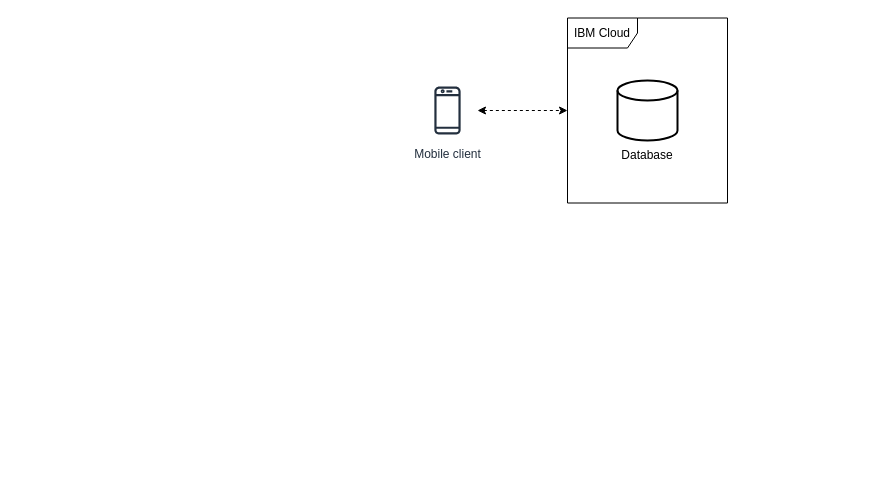
The draw.io diagram docs/assets/architecture.drawio in sky-write/sky-write.github.io, before the edit. Source tidied: cells renumbered, new cells numbered last; positions are measured from the earlier drawing's top-left corner, leaving out a move shared by most shapes. Both pictures are drawn from the tidied source at 100%, with x=0, y=0 at pixel (417, 18).
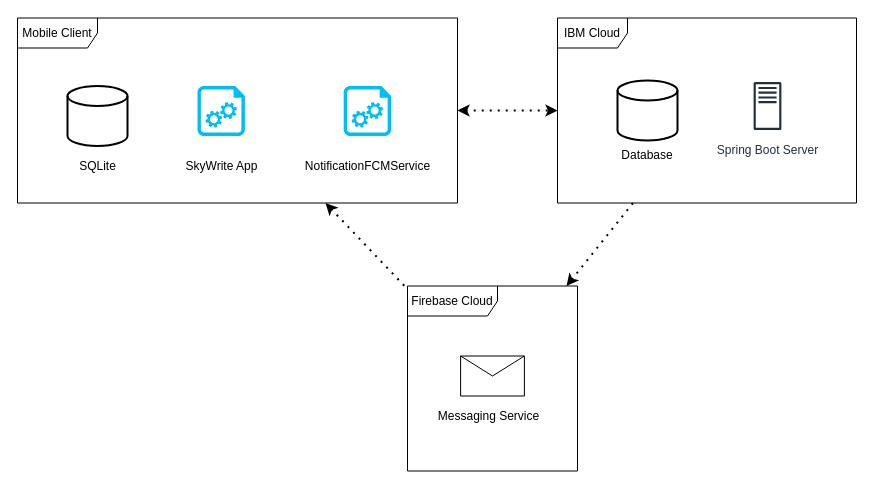
Above is the later version.

Commit message (it also covers changes not shown here):
updated architecture diagram

The edit, as a diff of the source:
```diff
@@
 <mxGraphModel>
   <root>
     <mxCell id="0" />
     <mxCell id="1" parent="0" />
+    <mxCell id="5" value="IBM Cloud" style="shape=umlFrame;whiteSpace=wrap;html=1;width=70;height=30;" parent="1" vertex="1">
+      <mxGeometry x="140" y="-0.5" width="299" height="185" as="geometry" />
+    </mxCell>
     <mxCell id="2" style="strokeWidth=2;html=1;shape=mxgraph.flowchart.database;whiteSpace=wrap;" parent="1" vertex="1">
       <mxGeometry x="200" y="62" width="60" height="60" as="geometry" />
     </mxCell>
-    <mxCell id="3" value="Mobile client" style="sketch=0;outlineConnect=0;fontColor=#232F3E;gradientColor=none;strokeColor=#232F3E;fillColor=#ffffff;dashed=0;verticalLabelPosition=bottom;verticalAlign=top;align=center;html=1;fontSize=12;fontStyle=0;shape=mxgraph.aws4.resourceIcon;resIcon=mxgraph.aws4.mobile_client;" parent="1" vertex="1">
-      <mxGeometry y="62" width="60" height="60" as="geometry" />
-    </mxCell>
     <mxCell id="4" value="Database" style="text;html=1;strokeColor=none;fillColor=none;align=center;verticalAlign=middle;whiteSpace=wrap;rounded=0;" parent="1" vertex="1">
       <mxGeometry x="200" y="122" width="60" height="30" as="geometry" />
     </mxCell>
-    <mxCell id="5" value="IBM Cloud" style="shape=umlFrame;whiteSpace=wrap;html=1;width=70;height=30;" parent="1" vertex="1">
-      <mxGeometry x="150" y="-0.5" width="160" height="185" as="geometry" />
-    </mxCell>
-    <mxCell id="6" style="endArrow=classic;dashed=1;html=1;rounded=0;startArrow=classic;startFill=1;endFill=1;" parent="1" edge="1" source="3" target="5">
-      <mxGeometry relative="1" as="geometry" />
-    </mxCell>
+    <mxCell id="7" style="group;" parent="1" vertex="1">
+      <mxGeometry x="-10" y="267.5" width="170" height="185" as="geometry" />
+    </mxCell>
+    <mxCell id="8" value="Firebase Cloud" style="shape=umlFrame;whiteSpace=wrap;html=1;width=90;height=30;" parent="7" vertex="1">
+      <mxGeometry width="170" height="185" as="geometry" />
+    </mxCell>
+    <mxCell id="9" style="shape=message;html=1;whiteSpace=wrap;html=1;" parent="7" vertex="1">
+      <mxGeometry x="53.1" y="70" width="63.8" height="40" as="geometry" />
+    </mxCell>
+    <mxCell id="10" value="Messaging Service" style="text;html=1;align=center;verticalAlign=middle;strokeColor=none;fillColor=none;" parent="7" vertex="1">
+      <mxGeometry x="21.2" y="120" width="120" height="20" as="geometry" />
+    </mxCell>
+    <mxCell id="11" value="Mobile Client" style="shape=umlFrame;whiteSpace=wrap;html=1;width=80;height=30;" parent="1" vertex="1">
+      <mxGeometry x="-400" y="-0.5" width="440" height="185" as="geometry" />
+    </mxCell>
+    <mxCell id="12" value="Spring Boot Server" style="sketch=0;fontColor=#232F3E;gradientColor=none;strokeColor=#232F3E;fillColor=#ffffff;dashed=0;verticalLabelPosition=bottom;verticalAlign=top;align=center;html=1;fontSize=12;fontStyle=0;shape=mxgraph.aws4.resourceIcon;resIcon=mxgraph.aws4.traditional_server;" parent="1" vertex="1">
+      <mxGeometry x="320" y="57.5" width="60" height="60" as="geometry" />
+    </mxCell>
+    <mxCell id="13" style="verticalLabelPosition=bottom;html=1;verticalAlign=top;align=center;strokeColor=none;fillColor=#00BEF2;shape=mxgraph.azure.startup_task;" parent="1" vertex="1">
+      <mxGeometry x="-73.8" y="67.5" width="47.5" height="50" as="geometry" />
+    </mxCell>
+    <mxCell id="14" value="NotificationFCMService" style="text;html=1;align=center;verticalAlign=middle;strokeColor=none;fillColor=none;" parent="1" vertex="1">
+      <mxGeometry x="-120" y="137.5" width="140" height="20" as="geometry" />
+    </mxCell>
+    <mxCell id="15" style="verticalLabelPosition=bottom;html=1;verticalAlign=top;align=center;strokeColor=none;fillColor=#00BEF2;shape=mxgraph.azure.startup_task;" parent="1" vertex="1">
+      <mxGeometry x="-220" y="67.5" width="47.5" height="50" as="geometry" />
+    </mxCell>
+    <mxCell id="16" value="SkyWrite App" style="text;html=1;align=center;verticalAlign=middle;strokeColor=none;fillColor=none;" parent="1" vertex="1">
+      <mxGeometry x="-241.2" y="137.5" width="90" height="20" as="geometry" />
+    </mxCell>
+    <mxCell id="17" style="endArrow=none;dashed=1;html=1;dashPattern=1 3;strokeWidth=2;rounded=0;endFill=0;startArrow=classic;startFill=1;" parent="1" edge="1" source="8" target="5">
+      <mxGeometry relative="1" as="geometry" />
+    </mxCell>
+    <mxCell id="18" style="endArrow=none;dashed=1;html=1;dashPattern=1 3;strokeWidth=2;rounded=0;startArrow=classic;startFill=1;" parent="1" edge="1" source="11" target="8">
+      <mxGeometry relative="1" as="geometry" />
+    </mxCell>
+    <mxCell id="19" style="endArrow=classic;dashed=1;html=1;dashPattern=1 3;strokeWidth=2;rounded=0;startArrow=classic;startFill=1;endFill=1;" parent="1" edge="1" source="11" target="5">
+      <mxGeometry relative="1" as="geometry" />
+    </mxCell>
+    <mxCell id="20" style="strokeWidth=2;html=1;shape=mxgraph.flowchart.database;whiteSpace=wrap;" parent="1" vertex="1">
+      <mxGeometry x="-350" y="67.5" width="60" height="60" as="geometry" />
+    </mxCell>
+    <mxCell id="21" value="SQLite" style="text;html=1;align=center;verticalAlign=middle;strokeColor=none;fillColor=none;" parent="1" vertex="1">
+      <mxGeometry x="-345" y="137.5" width="50" height="20" as="geometry" />
+    </mxCell>
   </root>
 </mxGraphModel>
```
